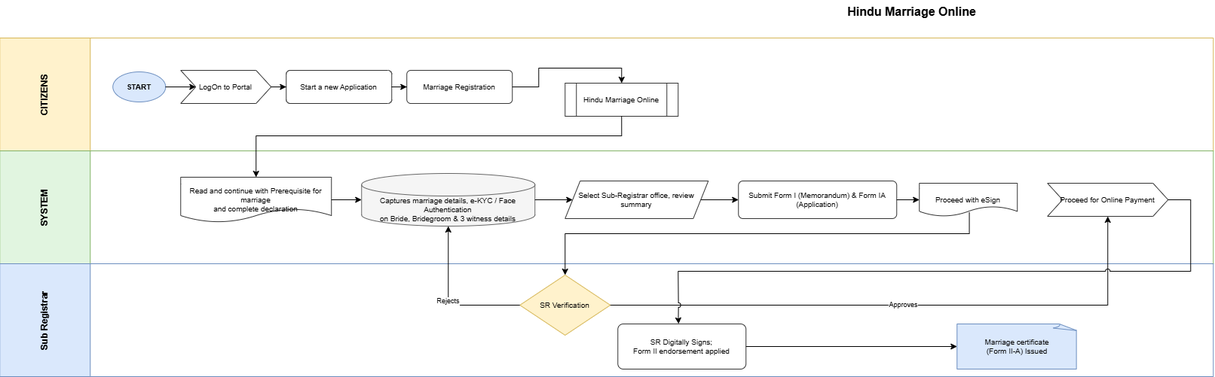
Before: Finalized BRD/Marriage/RFP/Process Diagrams/Hindu_Marriage_Online.drawio.png, a diagram exported from draw.io (mvprash/Kaveri3Plan). Source tidied: cells renumbered, new cells last; positions are measured from the earlier drawing's top-left corner, leaving out a move shared by most shapes. Source of this version:
```xml
<mxGraphModel>
  <root>
    <mxCell id="0" />
    <mxCell id="1" parent="0" />
    <mxCell id="2" value="Hindu Marriage Online" style="text;html=1;strokeColor=none;fillColor=none;align=center;verticalAlign=middle;fontSize=16;fontStyle=1;" parent="1" vertex="1">
      <mxGeometry x="860" width="700" height="30" as="geometry" />
    </mxCell>
    <mxCell id="3" value="CITIZENS" style="swimlane;horizontal=0;whiteSpace=wrap;html=1;startSize=120;fillColor=#fff2cc;strokeColor=#d6b656;fontStyle=1;fontSize=12;align=center;" parent="1" vertex="1">
      <mxGeometry y="50" width="1610" height="150" as="geometry" />
    </mxCell>
    <mxCell id="4" value="START" style="ellipse;whiteSpace=wrap;html=1;fontSize=10;align=center;fillColor=#dae8fc;strokeColor=#6c8ebf;fontStyle=1;" parent="3" vertex="1">
      <mxGeometry x="150" y="45" width="70" height="40" as="geometry" />
    </mxCell>
    <mxCell id="5" value="LogOn to Portal" style="shape=step;perimeter=stepPerimeter;whiteSpace=wrap;html=1;fixedSize=1;fontSize=10;fillColor=#ffffff;strokeColor=#333333;" parent="3" vertex="1">
      <mxGeometry x="240" y="43" width="120" height="44" as="geometry" />
    </mxCell>
    <mxCell id="6" value="Start a new Application" style="rounded=1;arcSize=12;whiteSpace=wrap;html=1;fontSize=10;align=center;fillColor=#ffffff;strokeColor=#333333;" parent="3" vertex="1">
      <mxGeometry x="380" y="43" width="140" height="44" as="geometry" />
    </mxCell>
    <mxCell id="7" value="Marriage Registration" style="rounded=1;arcSize=12;whiteSpace=wrap;html=1;fontSize=10;align=center;fillColor=#ffffff;strokeColor=#333333;" parent="3" vertex="1">
      <mxGeometry x="540" y="43" width="140" height="44" as="geometry" />
    </mxCell>
    <mxCell id="8" value="Hindu Marriage Online" style="shape=process;whiteSpace=wrap;html=1;fontSize=10;align=center;fillColor=#ffffff;strokeColor=#333333;" parent="3" vertex="1">
      <mxGeometry x="750" y="60" width="150" height="44" as="geometry" />
    </mxCell>
    <mxCell id="9" value="SYSTEM" style="swimlane;horizontal=0;whiteSpace=wrap;html=1;startSize=120;fillColor=#e1f5e0;strokeColor=#82b366;fontStyle=1;fontSize=12;align=center;" parent="1" vertex="1">
      <mxGeometry y="200" width="1610" height="150" as="geometry" />
    </mxCell>
    <mxCell id="10" value="Read and continue with Prerequisite for marriage&#10;and complete declaration" style="shape=document;whiteSpace=wrap;html=1;fontSize=10;align=center;fillColor=#ffffff;strokeColor=#333333;" parent="9" vertex="1">
      <mxGeometry x="240" y="35" width="200" height="60" as="geometry" />
    </mxCell>
    <mxCell id="11" value="Captures marriage details, e-KYC / Face Authentication&#10;on Bride, Bridegroom &amp; 3 witness details" style="shape=cylinder3;boundedLbl=1;whiteSpace=wrap;html=1;fontSize=10;align=center;fillColor=#f5f5f5;strokeColor=#666666;" parent="9" vertex="1">
      <mxGeometry x="480" y="30" width="230" height="70" as="geometry" />
    </mxCell>
    <mxCell id="12" value="Select Sub-Registrar office, review summary" style="shape=parallelogram;perimeter=parallelogramPerimeter;whiteSpace=wrap;html=1;fixedSize=1;fontSize=10;fillColor=#ffffff;strokeColor=#333333;" parent="9" vertex="1">
      <mxGeometry x="750" y="40" width="190" height="50" as="geometry" />
    </mxCell>
    <mxCell id="13" value="Submit Form I (Memorandum) &amp; Form IA (Application)" style="rounded=1;arcSize=12;whiteSpace=wrap;html=1;fontSize=10;align=center;fillColor=#ffffff;strokeColor=#333333;" parent="9" vertex="1">
      <mxGeometry x="980" y="40" width="210" height="50" as="geometry" />
    </mxCell>
    <mxCell id="14" value="Proceed with eSign" style="shape=document;whiteSpace=wrap;html=1;fontSize=10;align=center;fillColor=#ffffff;strokeColor=#333333;" parent="9" vertex="1">
      <mxGeometry x="1220" y="43" width="130" height="44" as="geometry" />
    </mxCell>
    <mxCell id="15" value="Proceed for Online Payment" style="shape=step;perimeter=stepPerimeter;whiteSpace=wrap;html=1;fixedSize=1;fontSize=10;fillColor=#ffffff;strokeColor=#333333;" parent="9" vertex="1">
      <mxGeometry x="1390" y="43" width="160" height="44" as="geometry" />
    </mxCell>
    <mxCell id="16" value="Sub Registrar" style="swimlane;horizontal=0;whiteSpace=wrap;html=1;startSize=120;fillColor=#dae8fc;strokeColor=#6c8ebf;fontStyle=1;fontSize=12;align=center;" parent="1" vertex="1">
      <mxGeometry y="350" width="1610" height="150" as="geometry" />
    </mxCell>
    <mxCell id="17" value="SR Verification" style="rhombus;whiteSpace=wrap;html=1;fontSize=10;align=center;fillColor=#fff2cc;strokeColor=#d6b656;" parent="16" vertex="1">
      <mxGeometry x="690" y="15" width="120" height="80" as="geometry" />
    </mxCell>
    <mxCell id="18" value="SR Digitally Signs;&#10;Form II endorsement applied" style="rounded=1;arcSize=12;whiteSpace=wrap;html=1;fontSize=10;align=center;fillColor=#ffffff;strokeColor=#333333;" parent="16" vertex="1">
      <mxGeometry x="820" y="80" width="170" height="60" as="geometry" />
    </mxCell>
    <mxCell id="19" value="Marriage certificate&#10;(Form II-A) Issued" style="shape=mxgraph.basic.document;whiteSpace=wrap;html=1;fontSize=10;fillColor=#dae8fc;strokeColor=#6c8ebf;" parent="16" vertex="1">
      <mxGeometry x="1270" y="80" width="160" height="60" as="geometry" />
    </mxCell>
    <mxCell id="20" style="edgeStyle=orthogonalEdgeStyle;rounded=0;jettySize=auto;html=1;fontSize=9;endArrow=classic;" parent="1" edge="1" source="4" target="5">
      <mxGeometry relative="1" as="geometry" />
    </mxCell>
    <mxCell id="21" style="edgeStyle=orthogonalEdgeStyle;rounded=0;jettySize=auto;html=1;fontSize=9;endArrow=classic;" parent="1" edge="1" source="5" target="6">
      <mxGeometry relative="1" as="geometry" />
    </mxCell>
    <mxCell id="22" style="edgeStyle=orthogonalEdgeStyle;rounded=0;jettySize=auto;html=1;fontSize=9;endArrow=classic;" parent="1" edge="1" source="6" target="7">
      <mxGeometry relative="1" as="geometry" />
    </mxCell>
    <mxCell id="23" style="edgeStyle=orthogonalEdgeStyle;rounded=0;jettySize=auto;html=1;fontSize=9;endArrow=classic;entryX=0.5;entryY=0;entryDx=0;entryDy=0;" parent="1" edge="1" source="7" target="8">
      <mxGeometry relative="1" as="geometry" />
    </mxCell>
    <mxCell id="24" style="edgeStyle=orthogonalEdgeStyle;rounded=0;jettySize=auto;html=1;fontSize=9;endArrow=classic;exitX=0.5;exitY=1;exitDx=0;exitDy=0;" parent="1" edge="1" source="8" target="10">
      <mxGeometry relative="1" as="geometry">
        <Array as="points">
          <mxPoint x="825" y="180" />
          <mxPoint x="340" y="180" />
        </Array>
      </mxGeometry>
    </mxCell>
    <mxCell id="25" style="edgeStyle=orthogonalEdgeStyle;rounded=0;jettySize=auto;html=1;fontSize=9;endArrow=classic;" parent="1" edge="1" source="10" target="11">
      <mxGeometry relative="1" as="geometry" />
    </mxCell>
    <mxCell id="26" style="edgeStyle=orthogonalEdgeStyle;rounded=0;jettySize=auto;html=1;fontSize=9;endArrow=classic;" parent="1" edge="1" source="11" target="12">
      <mxGeometry relative="1" as="geometry" />
    </mxCell>
    <mxCell id="27" style="edgeStyle=orthogonalEdgeStyle;rounded=0;jettySize=auto;html=1;fontSize=9;endArrow=classic;" parent="1" edge="1" source="12" target="13">
      <mxGeometry relative="1" as="geometry" />
    </mxCell>
    <mxCell id="28" style="edgeStyle=orthogonalEdgeStyle;rounded=0;jettySize=auto;html=1;fontSize=9;endArrow=classic;" parent="1" edge="1" source="13" target="14">
      <mxGeometry relative="1" as="geometry" />
    </mxCell>
    <mxCell id="29" style="edgeStyle=orthogonalEdgeStyle;rounded=0;jettySize=auto;html=1;fontSize=9;endArrow=classic;exitX=0.51;exitY=0.877;exitDx=0;exitDy=0;exitPerimeter=0;" parent="1" edge="1" source="14" target="17">
      <mxGeometry relative="1" as="geometry">
        <Array as="points">
          <mxPoint x="1286.3" y="310" />
          <mxPoint x="750" y="310" />
        </Array>
      </mxGeometry>
    </mxCell>
    <mxCell id="30" value="Approves" style="edgeStyle=orthogonalEdgeStyle;rounded=0;jettySize=auto;html=1;fontSize=9;endArrow=classic;" parent="1" edge="1" source="17" target="15">
      <mxGeometry relative="1" as="geometry" />
    </mxCell>
    <mxCell id="31" value="Rejects" style="edgeStyle=orthogonalEdgeStyle;rounded=0;jettySize=auto;html=1;fontSize=9;endArrow=classic;exitX=0;exitY=0.5;exitDx=0;exitDy=0;" parent="1" edge="1" source="17" target="11">
      <mxGeometry relative="1" as="geometry" />
    </mxCell>
    <mxCell id="32" style="edgeStyle=orthogonalEdgeStyle;rounded=0;jettySize=auto;html=1;fontSize=9;endArrow=classic;jumpStyle=arc;entryX=0.474;entryY=-0.002;entryDx=0;entryDy=0;entryPerimeter=0;" parent="1" edge="1" source="15" target="18">
      <mxGeometry relative="1" as="geometry">
        <Array as="points">
          <mxPoint x="1580" y="265" />
          <mxPoint x="1580" y="360" />
          <mxPoint x="900" y="360" />
          <mxPoint x="900" y="419.9" />
          <mxPoint x="900.6" y="419.9" />
        </Array>
      </mxGeometry>
    </mxCell>
    <mxCell id="33" style="edgeStyle=orthogonalEdgeStyle;rounded=0;jettySize=auto;html=1;fontSize=9;endArrow=classic;" parent="1" edge="1" source="18" target="19">
      <mxGeometry relative="1" as="geometry" />
    </mxCell>
  </root>
</mxGraphModel>
```
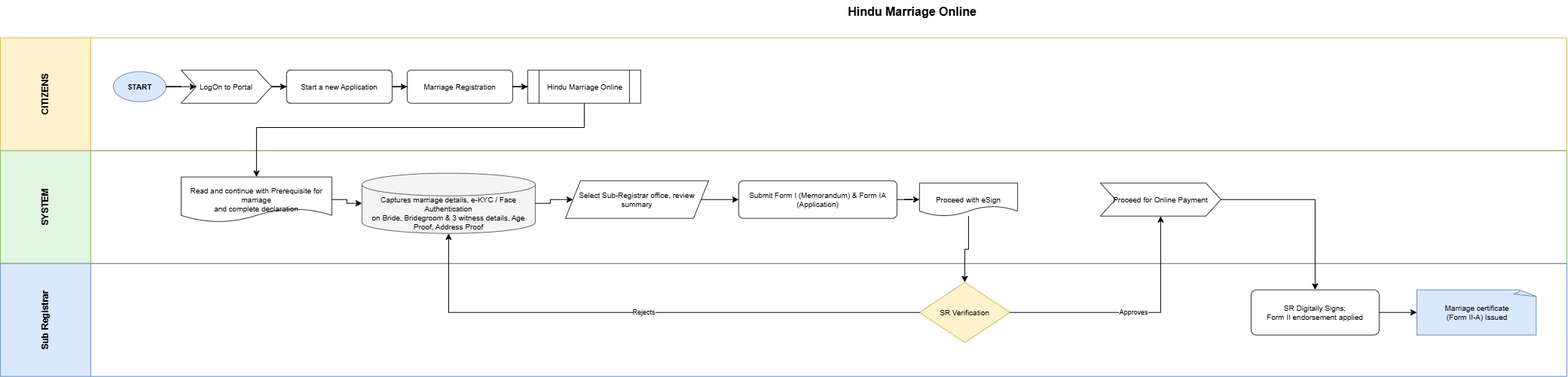
Later version of the same file.

Change to the diagram source:
```diff
@@ -6,7 +6,7 @@
       <mxGeometry x="860" width="700" height="30" as="geometry" />
     </mxCell>
     <mxCell id="3" value="CITIZENS" style="swimlane;horizontal=0;whiteSpace=wrap;html=1;startSize=120;fillColor=#fff2cc;strokeColor=#d6b656;fontStyle=1;fontSize=12;align=center;" parent="1" vertex="1">
-      <mxGeometry y="50" width="1610" height="150" as="geometry" />
+      <mxGeometry y="50" width="2079" height="150" as="geometry" />
     </mxCell>
     <mxCell id="4" value="START" style="ellipse;whiteSpace=wrap;html=1;fontSize=10;align=center;fillColor=#dae8fc;strokeColor=#6c8ebf;fontStyle=1;" parent="3" vertex="1">
       <mxGeometry x="150" y="45" width="70" height="40" as="geometry" />
@@ -21,16 +21,16 @@
       <mxGeometry x="540" y="43" width="140" height="44" as="geometry" />
     </mxCell>
     <mxCell id="8" value="Hindu Marriage Online" style="shape=process;whiteSpace=wrap;html=1;fontSize=10;align=center;fillColor=#ffffff;strokeColor=#333333;" parent="3" vertex="1">
-      <mxGeometry x="750" y="60" width="150" height="44" as="geometry" />
+      <mxGeometry x="700" y="43" width="150" height="44" as="geometry" />
     </mxCell>
     <mxCell id="9" value="SYSTEM" style="swimlane;horizontal=0;whiteSpace=wrap;html=1;startSize=120;fillColor=#e1f5e0;strokeColor=#82b366;fontStyle=1;fontSize=12;align=center;" parent="1" vertex="1">
-      <mxGeometry y="200" width="1610" height="150" as="geometry" />
+      <mxGeometry y="200" width="2079" height="150" as="geometry" />
     </mxCell>
     <mxCell id="10" value="Read and continue with Prerequisite for marriage&#10;and complete declaration" style="shape=document;whiteSpace=wrap;html=1;fontSize=10;align=center;fillColor=#ffffff;strokeColor=#333333;" parent="9" vertex="1">
       <mxGeometry x="240" y="35" width="200" height="60" as="geometry" />
     </mxCell>
-    <mxCell id="11" value="Captures marriage details, e-KYC / Face Authentication&#10;on Bride, Bridegroom &amp; 3 witness details" style="shape=cylinder3;boundedLbl=1;whiteSpace=wrap;html=1;fontSize=10;align=center;fillColor=#f5f5f5;strokeColor=#666666;" parent="9" vertex="1">
-      <mxGeometry x="480" y="30" width="230" height="70" as="geometry" />
+    <mxCell id="11" value="Captures marriage details, e-KYC / Face Authentication&lt;br&gt;on Bride, Bridegroom &amp;amp; 3 witness details, Age Proof, Address Proof" style="shape=cylinder3;boundedLbl=1;whiteSpace=wrap;html=1;fontSize=10;align=center;fillColor=#f5f5f5;strokeColor=#666666;" parent="9" vertex="1">
+      <mxGeometry x="480" y="30" width="230" height="80" as="geometry" />
     </mxCell>
     <mxCell id="12" value="Select Sub-Registrar office, review summary" style="shape=parallelogram;perimeter=parallelogramPerimeter;whiteSpace=wrap;html=1;fixedSize=1;fontSize=10;fillColor=#ffffff;strokeColor=#333333;" parent="9" vertex="1">
       <mxGeometry x="750" y="40" width="190" height="50" as="geometry" />
@@ -42,19 +42,19 @@
       <mxGeometry x="1220" y="43" width="130" height="44" as="geometry" />
     </mxCell>
     <mxCell id="15" value="Proceed for Online Payment" style="shape=step;perimeter=stepPerimeter;whiteSpace=wrap;html=1;fixedSize=1;fontSize=10;fillColor=#ffffff;strokeColor=#333333;" parent="9" vertex="1">
-      <mxGeometry x="1390" y="43" width="160" height="44" as="geometry" />
+      <mxGeometry x="1460" y="43" width="160" height="44" as="geometry" />
     </mxCell>
     <mxCell id="16" value="Sub Registrar" style="swimlane;horizontal=0;whiteSpace=wrap;html=1;startSize=120;fillColor=#dae8fc;strokeColor=#6c8ebf;fontStyle=1;fontSize=12;align=center;" parent="1" vertex="1">
-      <mxGeometry y="350" width="1610" height="150" as="geometry" />
+      <mxGeometry y="350" width="2079" height="150" as="geometry" />
     </mxCell>
     <mxCell id="17" value="SR Verification" style="rhombus;whiteSpace=wrap;html=1;fontSize=10;align=center;fillColor=#fff2cc;strokeColor=#d6b656;" parent="16" vertex="1">
-      <mxGeometry x="690" y="15" width="120" height="80" as="geometry" />
+      <mxGeometry x="1220" y="25" width="120" height="80" as="geometry" />
     </mxCell>
     <mxCell id="18" value="SR Digitally Signs;&#10;Form II endorsement applied" style="rounded=1;arcSize=12;whiteSpace=wrap;html=1;fontSize=10;align=center;fillColor=#ffffff;strokeColor=#333333;" parent="16" vertex="1">
-      <mxGeometry x="820" y="80" width="170" height="60" as="geometry" />
+      <mxGeometry x="1660" y="35" width="170" height="60" as="geometry" />
     </mxCell>
     <mxCell id="19" value="Marriage certificate&#10;(Form II-A) Issued" style="shape=mxgraph.basic.document;whiteSpace=wrap;html=1;fontSize=10;fillColor=#dae8fc;strokeColor=#6c8ebf;" parent="16" vertex="1">
-      <mxGeometry x="1270" y="80" width="160" height="60" as="geometry" />
+      <mxGeometry x="1880" y="35" width="160" height="60" as="geometry" />
     </mxCell>
     <mxCell id="20" style="edgeStyle=orthogonalEdgeStyle;rounded=0;jettySize=auto;html=1;fontSize=9;endArrow=classic;" parent="1" edge="1" source="4" target="5">
       <mxGeometry relative="1" as="geometry" />
@@ -65,14 +65,14 @@
     <mxCell id="22" style="edgeStyle=orthogonalEdgeStyle;rounded=0;jettySize=auto;html=1;fontSize=9;endArrow=classic;" parent="1" edge="1" source="6" target="7">
       <mxGeometry relative="1" as="geometry" />
     </mxCell>
-    <mxCell id="23" style="edgeStyle=orthogonalEdgeStyle;rounded=0;jettySize=auto;html=1;fontSize=9;endArrow=classic;entryX=0.5;entryY=0;entryDx=0;entryDy=0;" parent="1" edge="1" source="7" target="8">
+    <mxCell id="23" style="edgeStyle=orthogonalEdgeStyle;rounded=0;jettySize=auto;html=1;fontSize=9;endArrow=classic;" parent="1" edge="1" source="7" target="8">
       <mxGeometry relative="1" as="geometry" />
     </mxCell>
-    <mxCell id="24" style="edgeStyle=orthogonalEdgeStyle;rounded=0;jettySize=auto;html=1;fontSize=9;endArrow=classic;exitX=0.5;exitY=1;exitDx=0;exitDy=0;" parent="1" edge="1" source="8" target="10">
+    <mxCell id="24" style="edgeStyle=orthogonalEdgeStyle;rounded=0;jettySize=auto;html=1;fontSize=9;endArrow=classic;" parent="1" edge="1" source="8" target="10">
       <mxGeometry relative="1" as="geometry">
         <Array as="points">
-          <mxPoint x="825" y="180" />
-          <mxPoint x="340" y="180" />
+          <mxPoint x="775" y="169.3" />
+          <mxPoint x="340" y="169.3" />
         </Array>
       </mxGeometry>
     </mxCell>
@@ -88,30 +88,17 @@
     <mxCell id="28" style="edgeStyle=orthogonalEdgeStyle;rounded=0;jettySize=auto;html=1;fontSize=9;endArrow=classic;" parent="1" edge="1" source="13" target="14">
       <mxGeometry relative="1" as="geometry" />
     </mxCell>
-    <mxCell id="29" style="edgeStyle=orthogonalEdgeStyle;rounded=0;jettySize=auto;html=1;fontSize=9;endArrow=classic;exitX=0.51;exitY=0.877;exitDx=0;exitDy=0;exitPerimeter=0;" parent="1" edge="1" source="14" target="17">
-      <mxGeometry relative="1" as="geometry">
-        <Array as="points">
-          <mxPoint x="1286.3" y="310" />
-          <mxPoint x="750" y="310" />
-        </Array>
-      </mxGeometry>
+    <mxCell id="29" style="edgeStyle=orthogonalEdgeStyle;rounded=0;jettySize=auto;html=1;fontSize=9;endArrow=classic;" parent="1" edge="1" source="14" target="17">
+      <mxGeometry relative="1" as="geometry" />
     </mxCell>
     <mxCell id="30" value="Approves" style="edgeStyle=orthogonalEdgeStyle;rounded=0;jettySize=auto;html=1;fontSize=9;endArrow=classic;" parent="1" edge="1" source="17" target="15">
       <mxGeometry relative="1" as="geometry" />
     </mxCell>
-    <mxCell id="31" value="Rejects" style="edgeStyle=orthogonalEdgeStyle;rounded=0;jettySize=auto;html=1;fontSize=9;endArrow=classic;exitX=0;exitY=0.5;exitDx=0;exitDy=0;" parent="1" edge="1" source="17" target="11">
+    <mxCell id="31" value="Rejects" style="edgeStyle=orthogonalEdgeStyle;rounded=0;jettySize=auto;html=1;fontSize=9;endArrow=classic;" parent="1" edge="1" source="17" target="11">
       <mxGeometry relative="1" as="geometry" />
     </mxCell>
-    <mxCell id="32" style="edgeStyle=orthogonalEdgeStyle;rounded=0;jettySize=auto;html=1;fontSize=9;endArrow=classic;jumpStyle=arc;entryX=0.474;entryY=-0.002;entryDx=0;entryDy=0;entryPerimeter=0;" parent="1" edge="1" source="15" target="18">
-      <mxGeometry relative="1" as="geometry">
-        <Array as="points">
-          <mxPoint x="1580" y="265" />
-          <mxPoint x="1580" y="360" />
-          <mxPoint x="900" y="360" />
-          <mxPoint x="900" y="419.9" />
-          <mxPoint x="900.6" y="419.9" />
-        </Array>
-      </mxGeometry>
+    <mxCell id="32" style="edgeStyle=orthogonalEdgeStyle;rounded=0;jettySize=auto;html=1;fontSize=9;endArrow=classic;" parent="1" edge="1" source="15" target="18">
+      <mxGeometry relative="1" as="geometry" />
     </mxCell>
     <mxCell id="33" style="edgeStyle=orthogonalEdgeStyle;rounded=0;jettySize=auto;html=1;fontSize=9;endArrow=classic;" parent="1" edge="1" source="18" target="19">
       <mxGeometry relative="1" as="geometry" />
```
